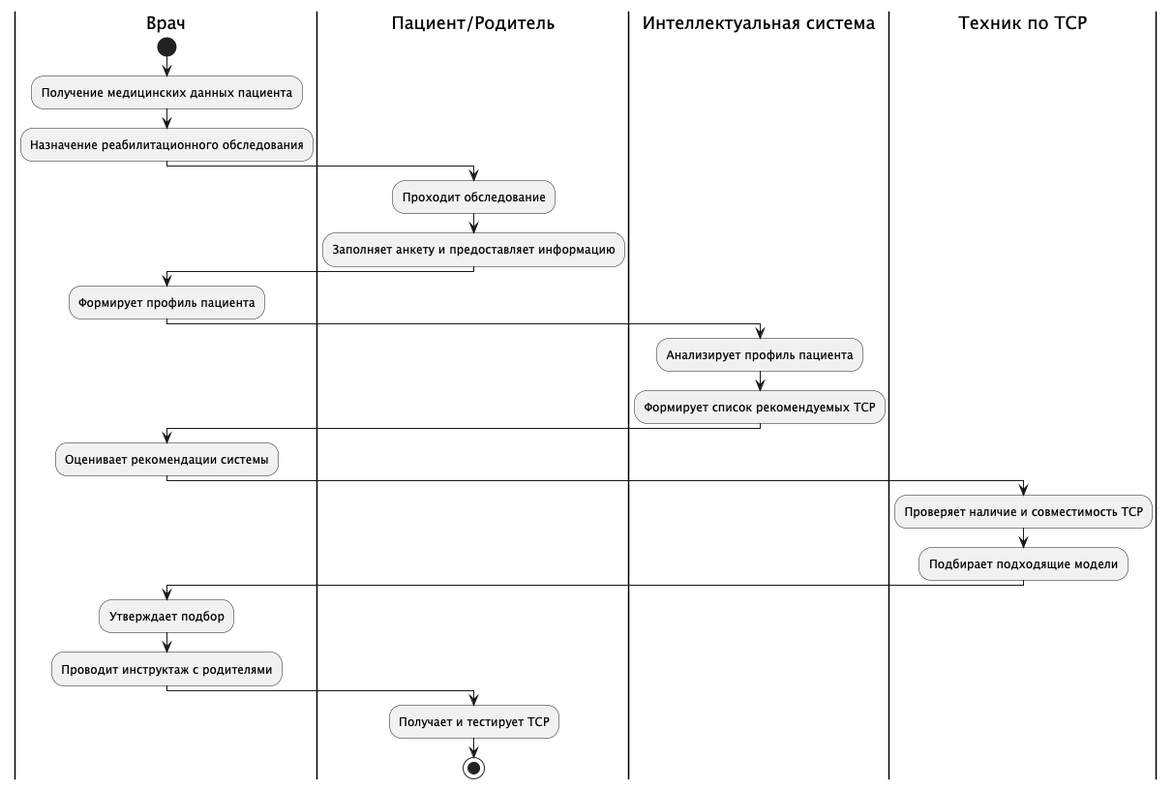
Earlier version of the PlantUML export project/swim_lane.png (oksana-niki/intelligent-systems-lab). Its diagram source:
```plantuml
@startuml
|Врач|
start
:Получение медицинских данных пациента;
:Назначение реабилитационного обследования;

|Пациент/Родитель|
:Проходит обследование;
:Заполняет анкету и предоставляет информацию;

|Врач|
:Формирует профиль пациента;

|Интеллектуальная система|
:Анализирует профиль пациента;
:Формирует список рекомендуемых ТСР;

|Врач|
:Оценивает рекомендации системы;

|Техник по ТСР|
:Проверяет наличие и совместимость ТСР;
:Подбирает подходящие модели;

|Врач|
:Утверждает подбор;
:Проводит инструктаж с родителями;

|Пациент/Родитель|
:Получает и тестирует ТСР;
stop
@enduml
```
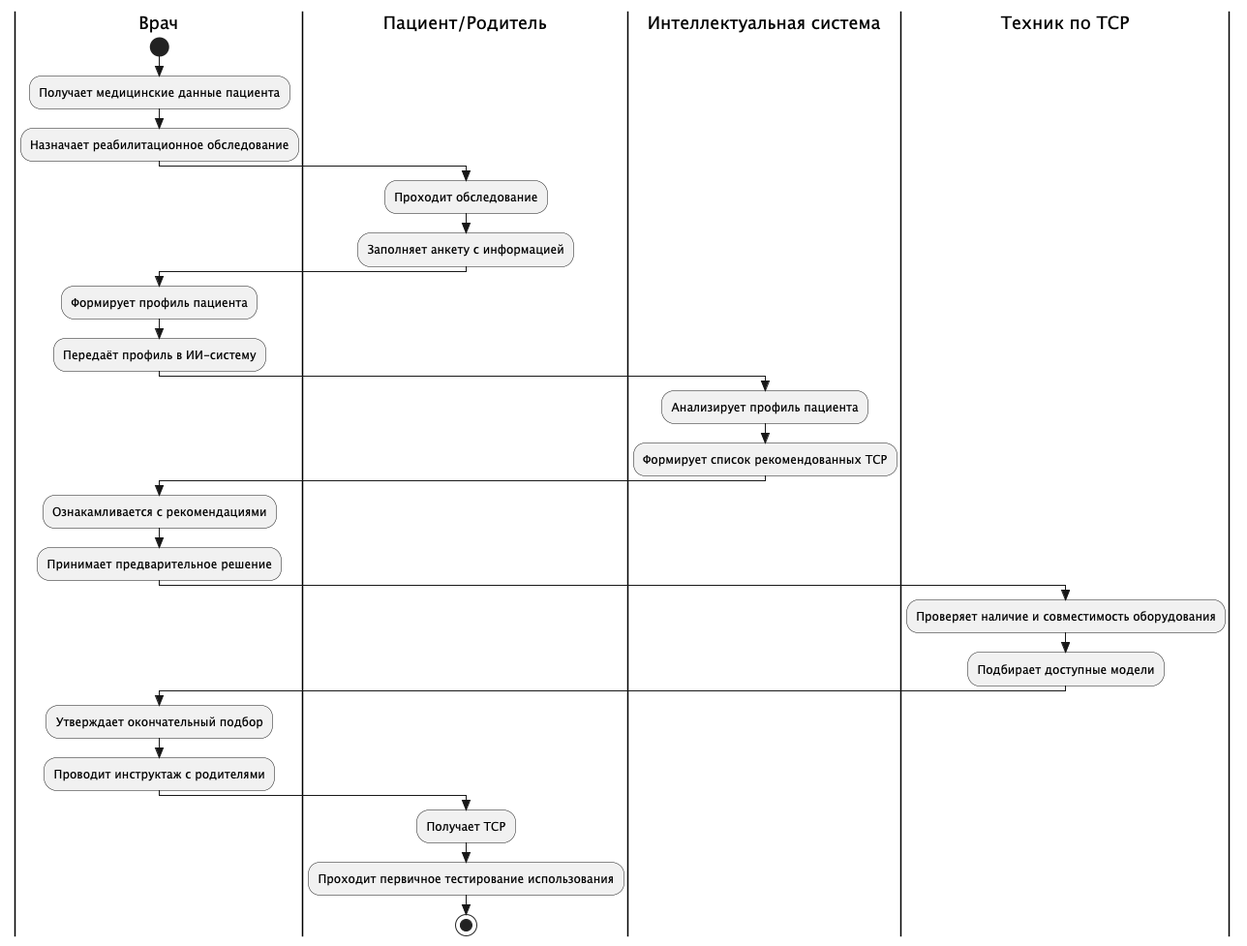
After the commit.

Diff of the diagram source:
```diff
@@ -1,32 +1,38 @@
 @startuml
+skinparam style strictuml
+skinparam sequenceParticipant underline
+
 |Врач|
 start
-:Получение медицинских данных пациента;
-:Назначение реабилитационного обследования;
+:Получает медицинские данные пациента;
+:Назначает реабилитационное обследование;
 
 |Пациент/Родитель|
 :Проходит обследование;
-:Заполняет анкету и предоставляет информацию;
+:Заполняет анкету с информацией;
 
 |Врач|
 :Формирует профиль пациента;
+:Передаёт профиль в ИИ-систему;
 
 |Интеллектуальная система|
 :Анализирует профиль пациента;
-:Формирует список рекомендуемых ТСР;
+:Формирует список рекомендованных ТСР;
 
 |Врач|
-:Оценивает рекомендации системы;
+:Ознакамливается с рекомендациями;
+:Принимает предварительное решение;
 
 |Техник по ТСР|
-:Проверяет наличие и совместимость ТСР;
-:Подбирает подходящие модели;
+:Проверяет наличие и совместимость оборудования;
+:Подбирает доступные модели;
 
 |Врач|
-:Утверждает подбор;
+:Утверждает окончательный подбор;
 :Проводит инструктаж с родителями;
 
 |Пациент/Родитель|
-:Получает и тестирует ТСР;
+:Получает ТСР;
+:Проходит первичное тестирование использования;
 stop
 @enduml
```
